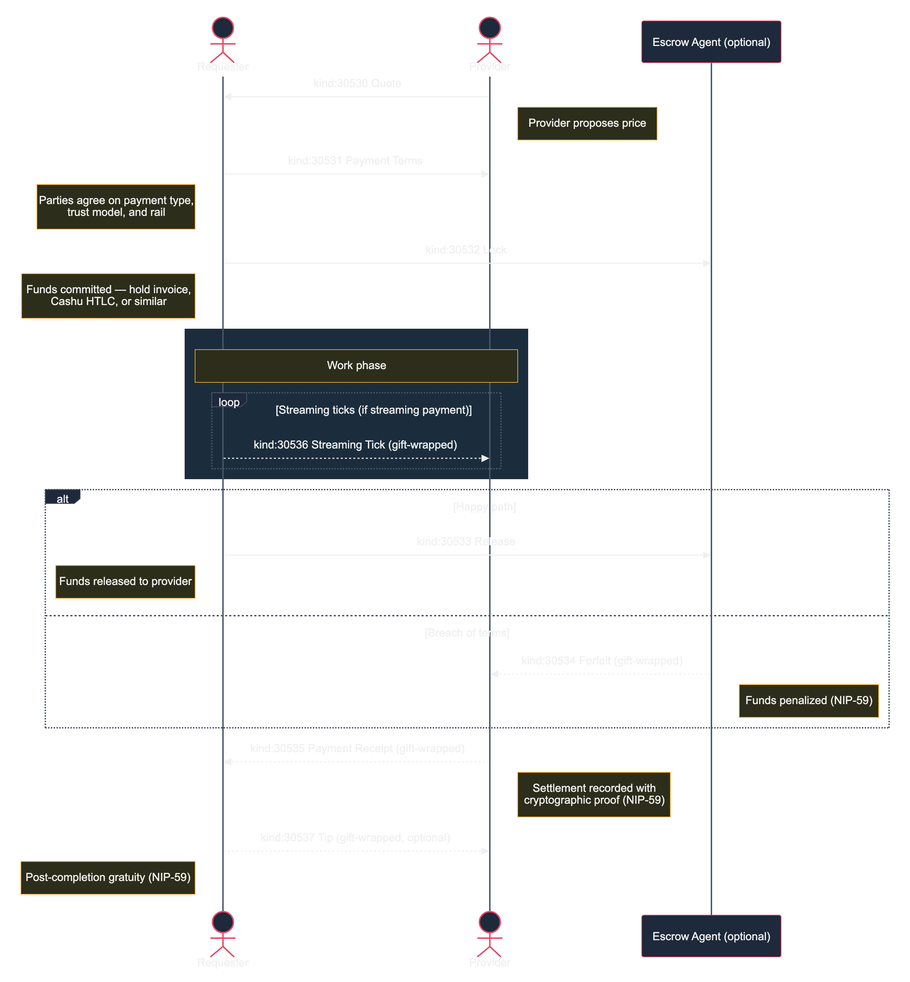
forgesworn/nip-drafts keeps this Mermaid diagram as images/escrow-3-full-flow.png. Above is the earlier version. Its source is kept beside it as images/escrow-3-full-flow.mmd. Source of this version:
```mermaid
sequenceDiagram
    actor R as Requester
    actor P as Provider
    participant EA as Escrow Agent (optional)

    P->>R: kind:30530 Quote
    Note right of P: Provider proposes price

    R->>P: kind:30531 Payment Terms
    Note left of R: Parties agree on payment type,<br/>trust model, and rail

    R->>EA: kind:30532 Lock
    Note left of R: Funds committed — hold invoice,<br/>Cashu HTLC, or similar

    rect rgb(27, 45, 61)
        Note over R,P: Work phase
        loop Streaming ticks (if streaming payment)
            R-->>P: kind:30536 Streaming Tick (gift-wrapped)
        end
    end

    alt Happy path
        R->>EA: kind:30533 Release
        Note left of R: Funds released to provider
    else Breach of terms
        EA-->>P: kind:30534 Forfeit (gift-wrapped)
        Note right of EA: Funds penalized (NIP-59)
    end

    P-->>R: kind:30535 Payment Receipt (gift-wrapped)
    Note right of P: Settlement recorded with<br/>cryptographic proof (NIP-59)

    R-->>P: kind:30537 Tip (gift-wrapped, optional)
    Note left of R: Post-completion gratuity (NIP-59)
```
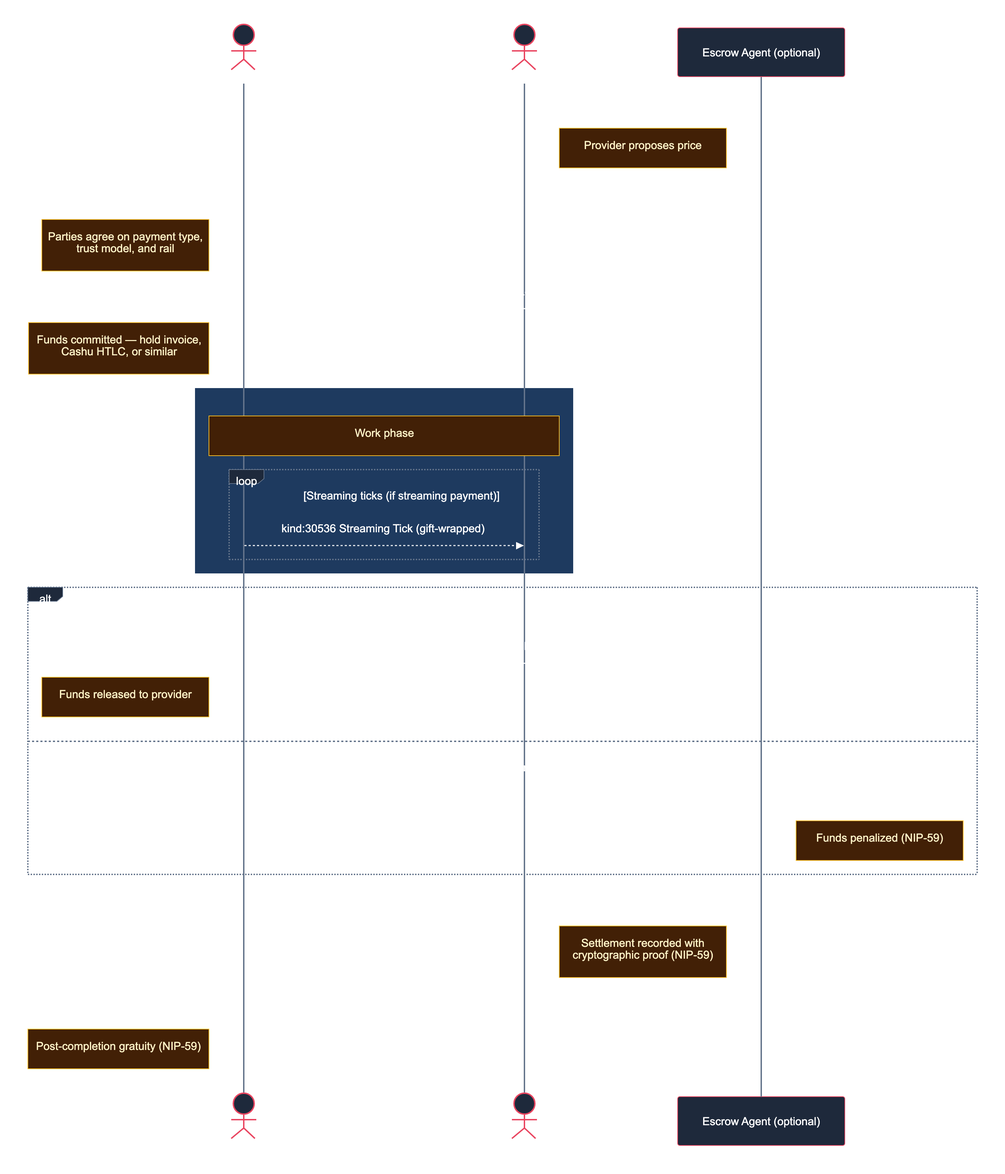
The same diagram one commit later.

Change to the diagram source:
```diff
@@ -12,7 +12,7 @@
     R->>EA: kind:30532 Lock
     Note left of R: Funds committed — hold invoice,<br/>Cashu HTLC, or similar
 
-    rect rgb(27, 45, 61)
+    rect rgb(30, 58, 95)
         Note over R,P: Work phase
         loop Streaming ticks (if streaming payment)
             R-->>P: kind:30536 Streaming Tick (gift-wrapped)
```
